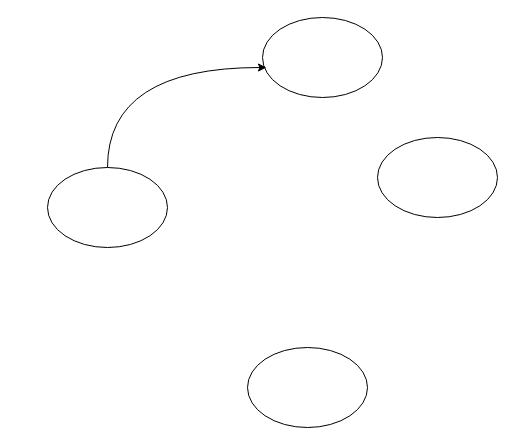
Above: Diagrams/UML/Loopcontroller.drawio in mekuro9/PWAO-CSU (draw.io), before the change. Source tidied: cells renumbered, new cells numbered last; positions are measured from the earlier drawing's top-left corner, leaving out a move shared by most shapes. Both pictures are drawn from the tidied source at 100%, with x=0, y=0 at pixel (47, 17).
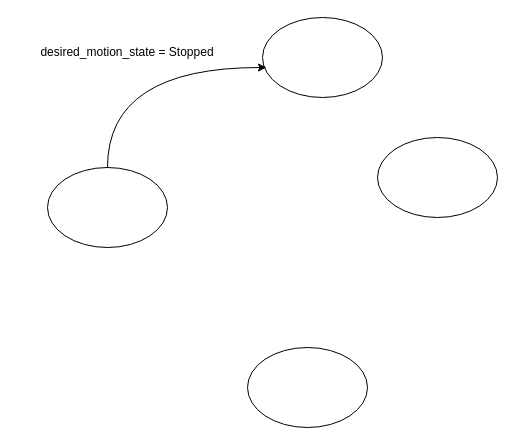
The same page after the edit.

The edit, as a diff of the source:
```diff
@@
 <mxGraphModel>
   <root>
     <mxCell id="0" />
     <mxCell id="1" parent="0" />
     <mxCell id="2" style="ellipse;whiteSpace=wrap;html=1;" parent="1" vertex="1">
       <mxGeometry x="200" y="330" width="120" height="80" as="geometry" />
     </mxCell>
     <mxCell id="3" style="ellipse;whiteSpace=wrap;html=1;" parent="1" vertex="1">
       <mxGeometry y="150" width="120" height="80" as="geometry" />
     </mxCell>
     <mxCell id="4" style="ellipse;whiteSpace=wrap;html=1;" parent="1" vertex="1">
       <mxGeometry x="330" y="120" width="120" height="80" as="geometry" />
     </mxCell>
     <mxCell id="5" style="ellipse;whiteSpace=wrap;html=1;" parent="1" vertex="1">
       <mxGeometry x="215" width="120" height="80" as="geometry" />
     </mxCell>
     <mxCell id="6" style="edgeStyle=orthogonalEdgeStyle;rounded=0;jettySize=auto;html=1;entryX=0.033;entryY=0.625;entryDx=0;entryDy=0;entryPerimeter=0;curved=1;" parent="1" edge="1" source="3" target="5">
       <mxGeometry relative="1" as="geometry">
         <Array as="points">
           <mxPoint x="60" y="50" />
         </Array>
       </mxGeometry>
     </mxCell>
+    <mxCell id="7" value="desired_motion_state = Stopped" style="text;html=1;align=center;verticalAlign=middle;whiteSpace=wrap;rounded=0;" parent="1" vertex="1">
+      <mxGeometry x="-30" y="20" width="220" height="30" as="geometry" />
+    </mxCell>
   </root>
 </mxGraphModel>
```
